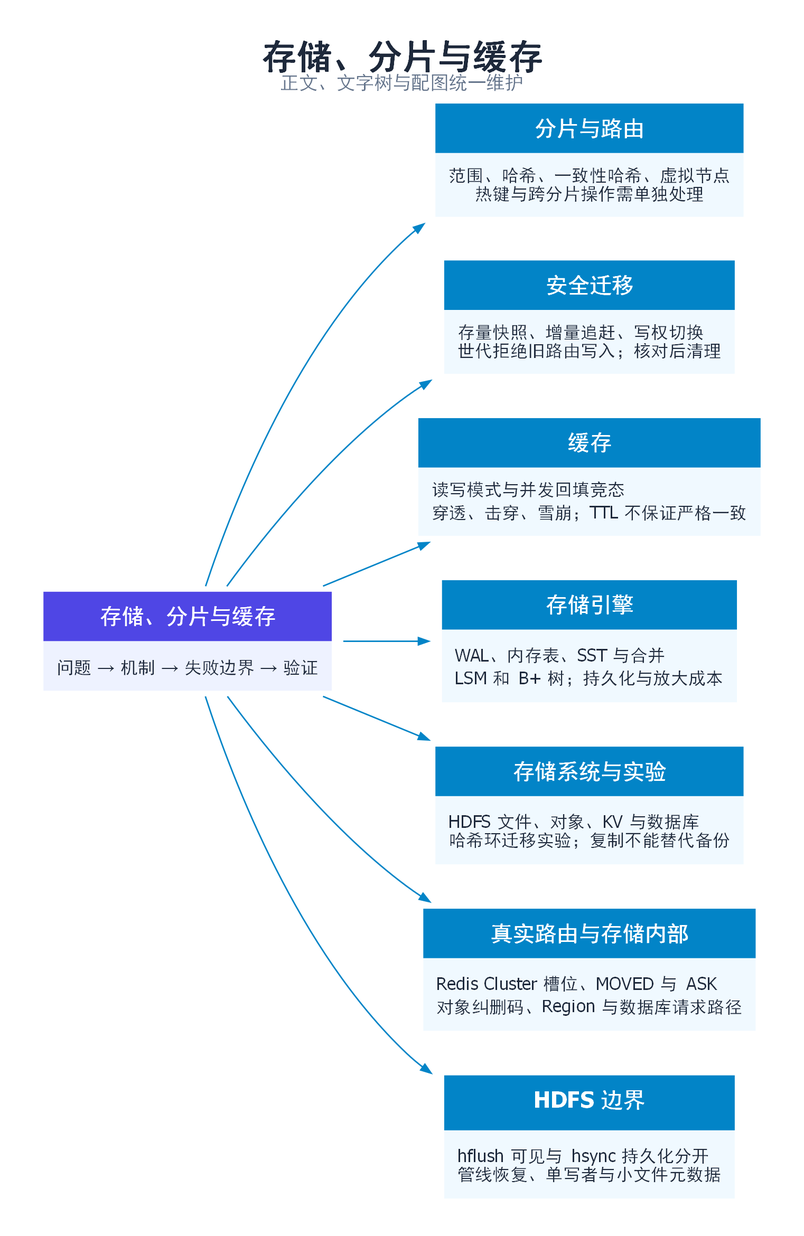
Above: 分布式系统/images/topic-08-mindmap.png in zingerWang/Jobs (Graphviz), before the change. Its source is kept beside it as 分布式系统/images/topic-08-mindmap.dot.
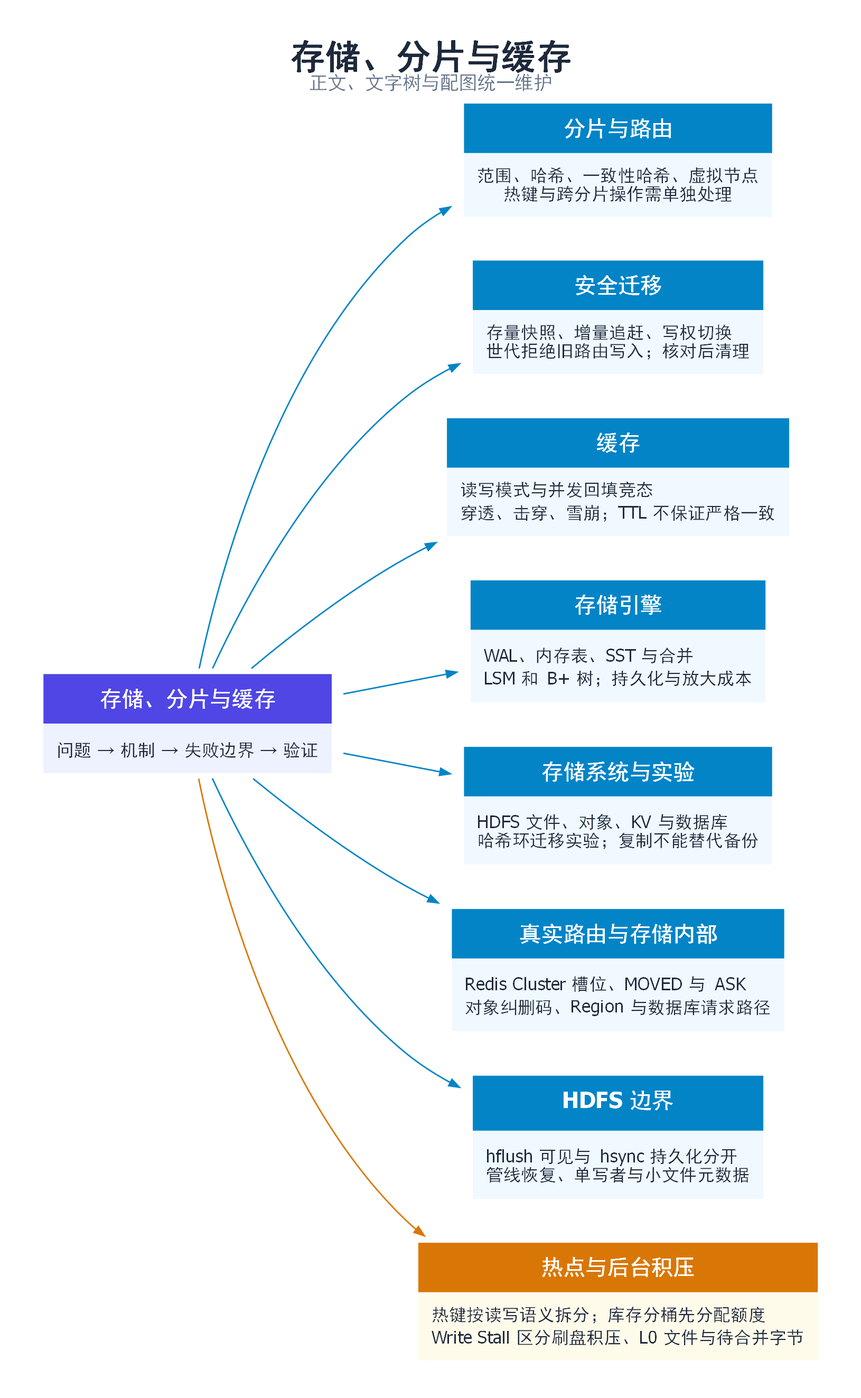
The same file after the commit.

Change to the diagram source:
```diff
@@ -17,4 +17,6 @@
 root -> n4;
 root -> n5;
 root -> n6;
+engineering [label=<<TABLE BORDER="0" CELLBORDER="0" CELLSPACING="0" CELLPADDING="9"><TR><TD BGCOLOR="#D97706"><FONT COLOR="white" POINT-SIZE="15"><B>热点与后台积压</B></FONT></TD></TR><TR><TD BGCOLOR="#FFFBEB" ALIGN="LEFT"><FONT COLOR="#1E293B" POINT-SIZE="12">热键按读写语义拆分；库存分桶先分配额度<BR ALIGN="LEFT"/>Write Stall 区分刷盘积压、L0 文件与待合并字节</FONT></TD></TR></TABLE>>];
+root -> engineering [color="#D97706",fontcolor="#D97706"];
 }
```
